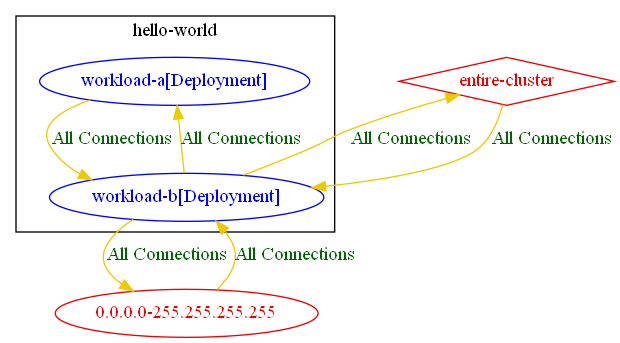
np-guard/netpol-analyzer keeps this Graphviz diagram as test_outputs/connlist/exposure_test_only_matched_rules_connlist_output.dot.png. Above is the earlier version. Its source is kept beside it as test_outputs/connlist/exposure_test_only_matched_rules_connlist_output.dot.
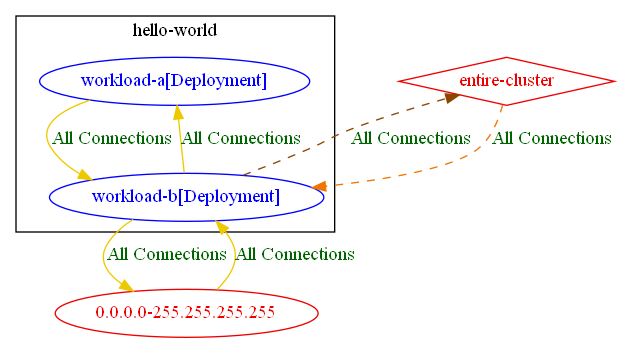
After the commit.

Diff of the diagram source:
```diff
@@ -9,9 +9,9 @@
 	"0.0.0.0-255.255.255.255" [label="0.0.0.0-255.255.255.255" color="red2" fontcolor="red2"]
 	"entire-cluster" [label="entire-cluster" color="red2" fontcolor="red2" shape=diamond]
 	"0.0.0.0-255.255.255.255" -> "hello-world/workload-b[Deployment]" [label="All Connections" color="gold2" fontcolor="darkgreen"]
-	"entire-cluster" -> "hello-world/workload-b[Deployment]" [label="All Connections" color="gold2" fontcolor="darkgreen" weight=1]
+	"entire-cluster" -> "hello-world/workload-b[Deployment]" [label="All Connections" color="darkorange2" fontcolor="darkgreen" weight=1 style=dashed]
 	"hello-world/workload-a[Deployment]" -> "hello-world/workload-b[Deployment]" [label="All Connections" color="gold2" fontcolor="darkgreen"]
 	"hello-world/workload-b[Deployment]" -> "0.0.0.0-255.255.255.255" [label="All Connections" color="gold2" fontcolor="darkgreen"]
-	"hello-world/workload-b[Deployment]" -> "entire-cluster" [label="All Connections" color="gold2" fontcolor="darkgreen" weight=0.5]
+	"hello-world/workload-b[Deployment]" -> "entire-cluster" [label="All Connections" color="darkorange4" fontcolor="darkgreen" weight=0.5 style=dashed]
 	"hello-world/workload-b[Deployment]" -> "hello-world/workload-a[Deployment]" [label="All Connections" color="gold2" fontcolor="darkgreen"]
 }
```
